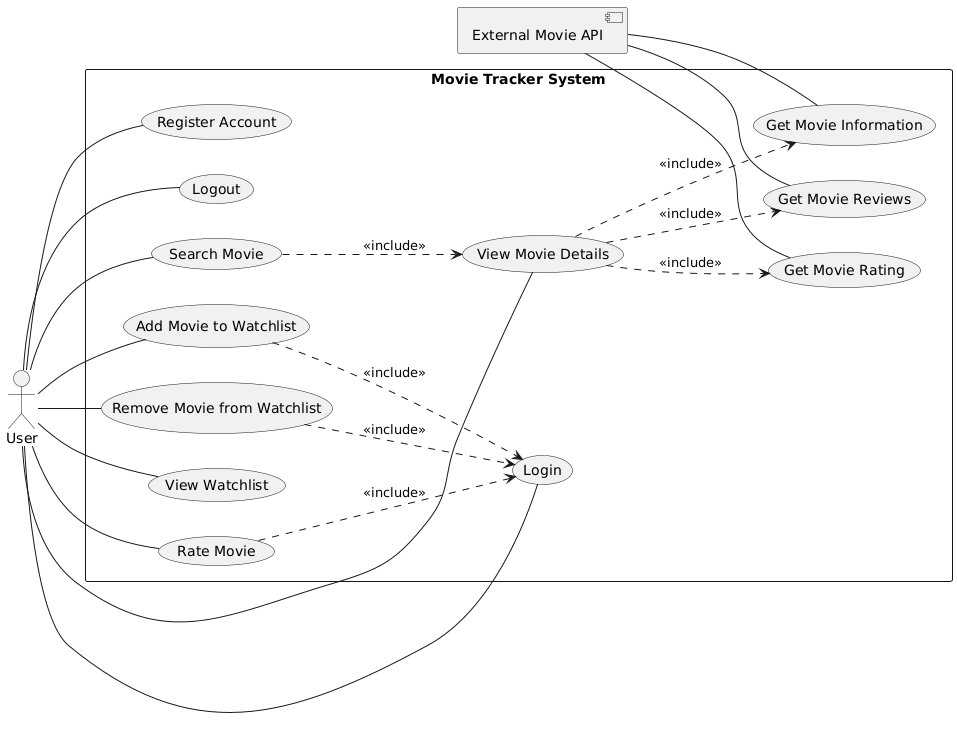
DanielSchmerber/SQS26_MovieTracker keeps this PlantUML diagram as docs/diagrams/use_case_diagrams.png. Above is the earlier version.
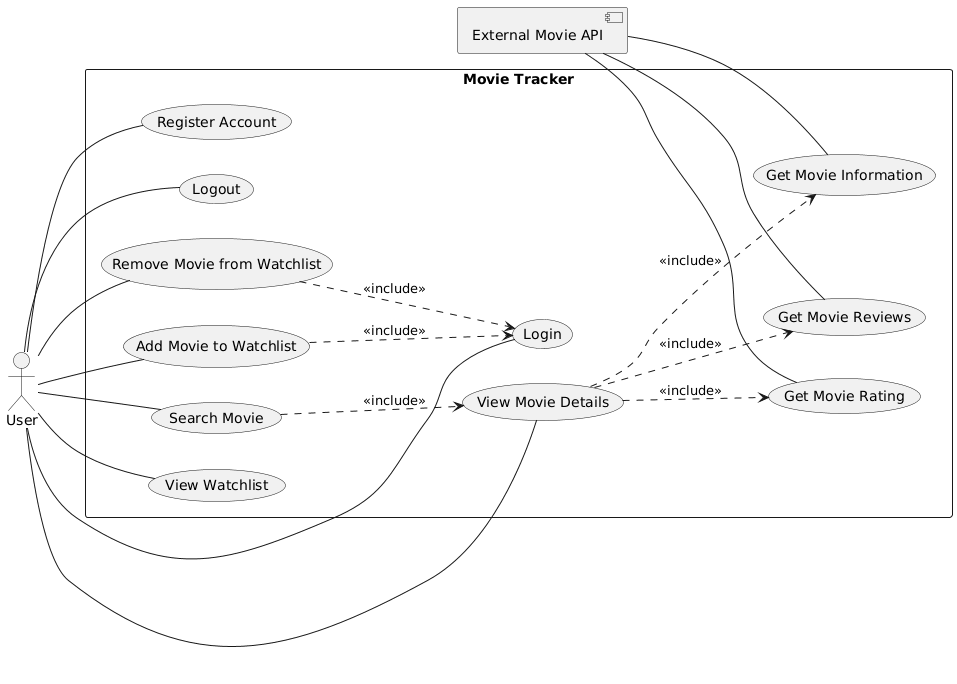
The same diagram one commit later.

The edit, as a diff of the source:
```diff
@@ -3,7 +3,7 @@
 
 component "External Movie API" as API
 
-rectangle "Movie Tracker System" {
+rectangle "Movie Tracker" {
 
     (Register Account)
     (Login)
@@ -16,7 +16,7 @@
     (Remove Movie from Watchlist)
     (View Watchlist)
 
-    (Rate Movie)
+
 
     (Get Movie Information)
     (Get Movie Reviews)
@@ -45,11 +45,10 @@
 User -- (Remove Movie from Watchlist)
 User -- (View Watchlist)
 
-User -- (Rate Movie)
+
 
 (Search Movie) ..> (View Movie Details) : <<include>>
 
 (Add Movie to Watchlist) ..> (Login) : <<include>>
 (Remove Movie from Watchlist) ..> (Login) : <<include>>
-(Rate Movie) ..> (Login) : <<include>>
 @enduml
```
